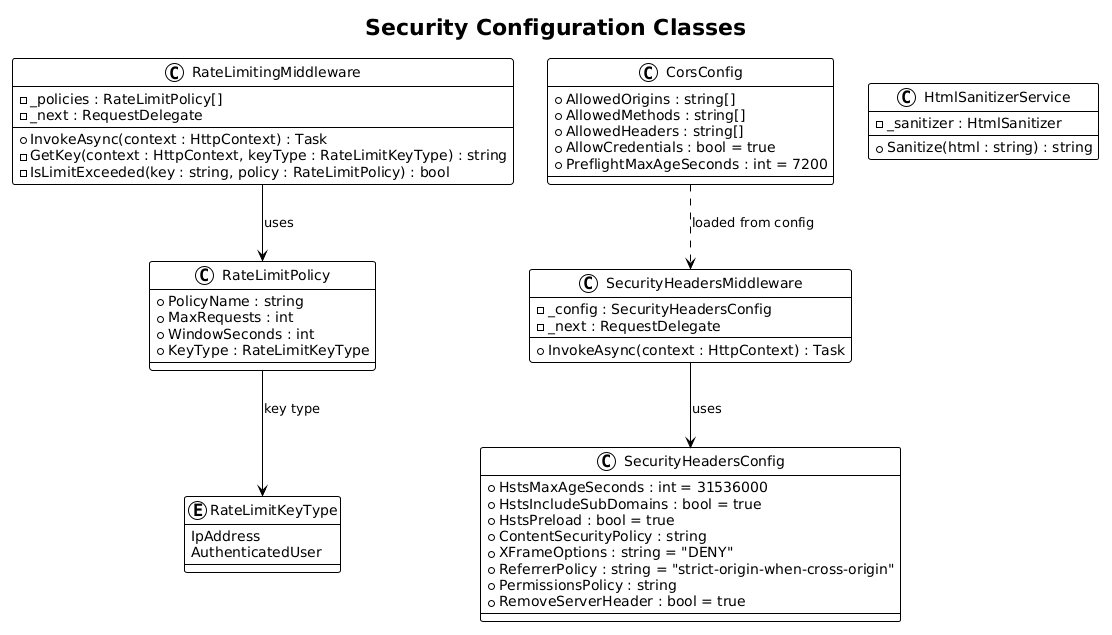
Earlier version of the PlantUML export docs/detailed-designs/08-security-hardening/diagrams/class_diagram.png (QuinntyneBrown/Blog).
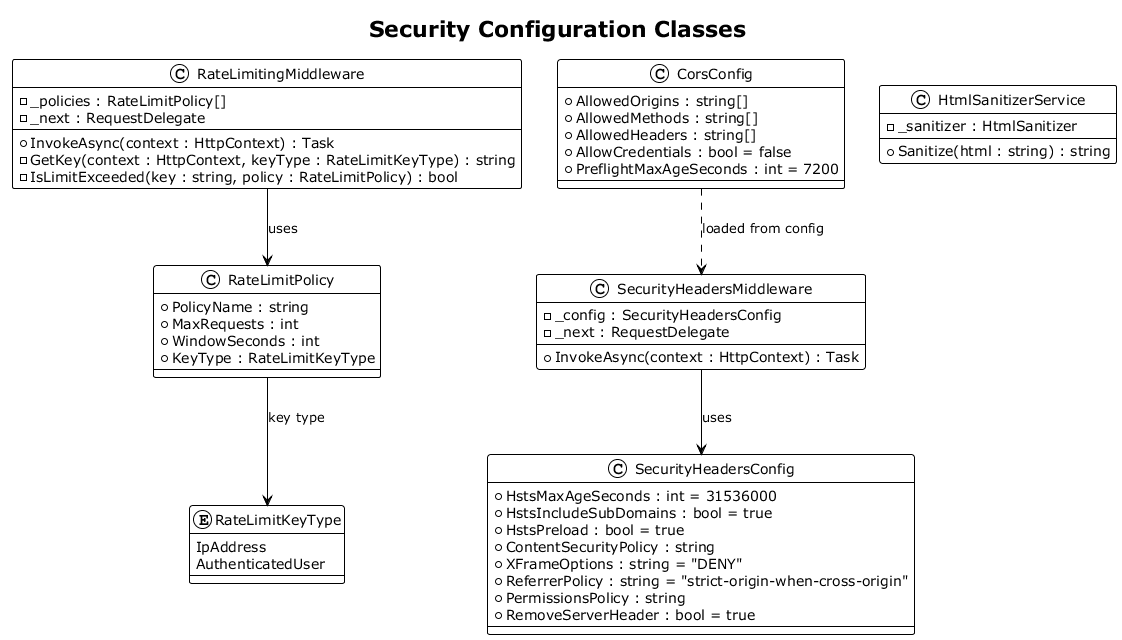
After the change.

The edit, as a diff of the source:
```diff
@@ -1,4 +1,4 @@
-@startuml
+@startuml class_diagram
 !theme plain
 
 title Security Configuration Classes
@@ -30,7 +30,7 @@
     + AllowedOrigins : string[]
     + AllowedMethods : string[]
     + AllowedHeaders : string[]
-    + AllowCredentials : bool = true
+    + AllowCredentials : bool = false
     + PreflightMaxAgeSeconds : int = 7200
 }
 
@@ -57,4 +57,5 @@
 RateLimitingMiddleware --> RateLimitPolicy : uses
 RateLimitPolicy --> RateLimitKeyType : key type
 CorsConfig ..> SecurityHeadersMiddleware : loaded from config
+
 @enduml
```
